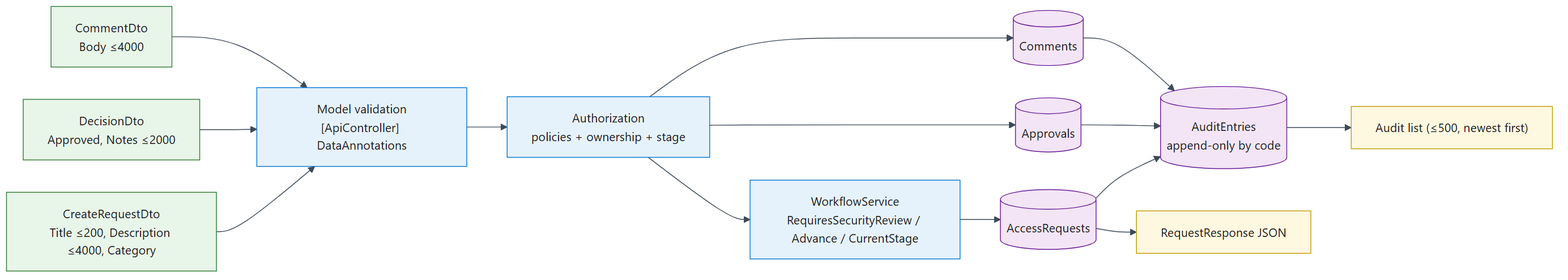
Above: docs/complete-solution-documentation/diagrams/rendered/10-data-processing-workflow.png in Deepankar-AICloud/AISDLC-V1 (Mermaid), before the change. Its source is kept beside it as docs/complete-solution-documentation/diagrams/mermaid/10-data-processing-workflow.mmd. Source of this version:
```mermaid
flowchart LR
  classDef in fill:#E8F5E9,stroke:#2E7D32,color:#1B1B1B
  classDef proc fill:#E6F2FB,stroke:#0078D4,color:#1B1B1B
  classDef store fill:#F3E5F5,stroke:#6A1B9A,color:#1B1B1B
  classDef out fill:#FFF8E1,stroke:#C19C00,color:#1B1B1B

  IN1["CreateRequestDto<br/>Title ≤200, Description ≤4000, Category"]:::in
  IN2["DecisionDto<br/>Approved, Notes ≤2000"]:::in
  IN3["CommentDto<br/>Body ≤4000"]:::in
  V["Model validation<br/>[ApiController] DataAnnotations"]:::proc
  Z["Authorization<br/>policies + ownership + stage"]:::proc
  W["WorkflowService<br/>RequiresSecurityReview / Advance / CurrentStage"]:::proc
  T1[("AccessRequests")]:::store
  T2[("Approvals")]:::store
  T3[("Comments")]:::store
  T4[("AuditEntries<br/>append-only by code")]:::store
  O1["RequestResponse JSON"]:::out
  O2["Audit list (≤500, newest first)"]:::out

  IN1 --> V --> Z --> W --> T1
  IN2 --> V
  IN3 --> V
  Z --> T2
  Z --> T3
  T1 --> T4
  T2 --> T4
  T3 --> T4
  T1 --> O1
  T4 --> O2
```
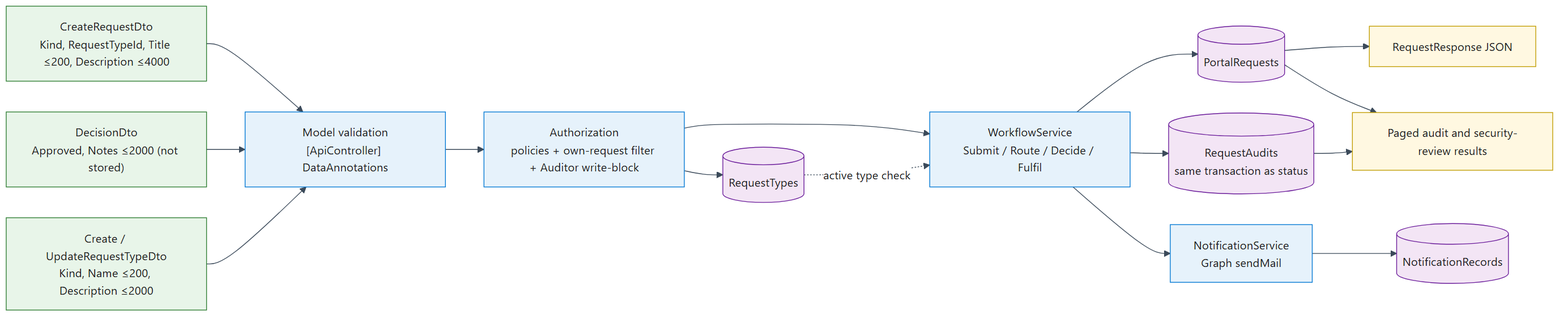
After the change.

The edit, as a diff of the source:
```diff
@@ -4,26 +4,27 @@
   classDef store fill:#F3E5F5,stroke:#6A1B9A,color:#1B1B1B
   classDef out fill:#FFF8E1,stroke:#C19C00,color:#1B1B1B
 
-  IN1["CreateRequestDto<br/>Title ≤200, Description ≤4000, Category"]:::in
-  IN2["DecisionDto<br/>Approved, Notes ≤2000"]:::in
-  IN3["CommentDto<br/>Body ≤4000"]:::in
+  IN1["CreateRequestDto<br/>Kind, RequestTypeId, Title ≤200, Description ≤4000"]:::in
+  IN2["DecisionDto<br/>Approved, Notes ≤2000 (not stored)"]:::in
+  IN3["Create / UpdateRequestTypeDto<br/>Kind, Name ≤200, Description ≤2000"]:::in
   V["Model validation<br/>[ApiController] DataAnnotations"]:::proc
-  Z["Authorization<br/>policies + ownership + stage"]:::proc
-  W["WorkflowService<br/>RequiresSecurityReview / Advance / CurrentStage"]:::proc
-  T1[("AccessRequests")]:::store
-  T2[("Approvals")]:::store
-  T3[("Comments")]:::store
-  T4[("AuditEntries<br/>append-only by code")]:::store
+  Z["Authorization<br/>policies + own-request filter + Auditor write-block"]:::proc
+  W["WorkflowService<br/>Submit / Route / Decide / Fulfil"]:::proc
+  NS["NotificationService<br/>Graph sendMail"]:::proc
+  T1[("PortalRequests")]:::store
+  T2[("RequestTypes")]:::store
+  T3[("NotificationRecords")]:::store
+  T4[("RequestAudits<br/>same transaction as status")]:::store
   O1["RequestResponse JSON"]:::out
-  O2["Audit list (≤500, newest first)"]:::out
+  O2["Paged audit and security-review results"]:::out
 
   IN1 --> V --> Z --> W --> T1
   IN2 --> V
   IN3 --> V
   Z --> T2
-  Z --> T3
-  T1 --> T4
-  T2 --> T4
-  T3 --> T4
+  W --> T4
+  W --> NS --> T3
+  T2 -. "active type check" .-> W
   T1 --> O1
+  T1 --> O2
   T4 --> O2
```
